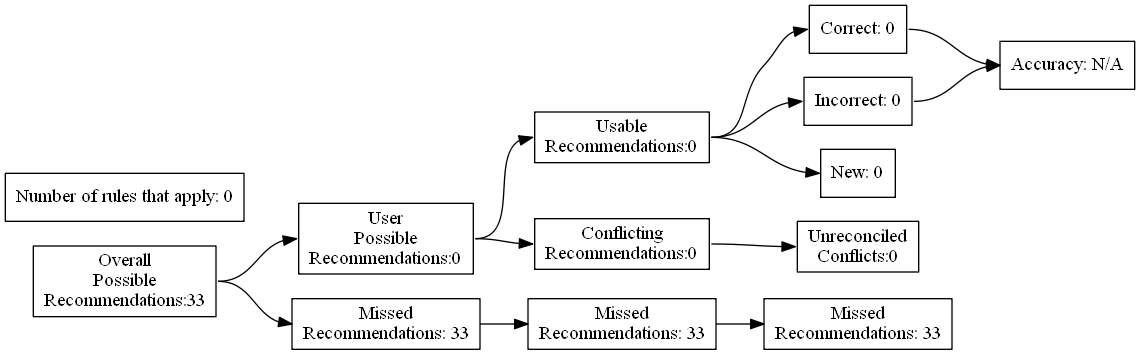
Above: test_renders/98.gv.png in ZaxR/ibd_diet_analysis (Graphviz), before the change. Its source is kept beside it as test_renders/98.gv.
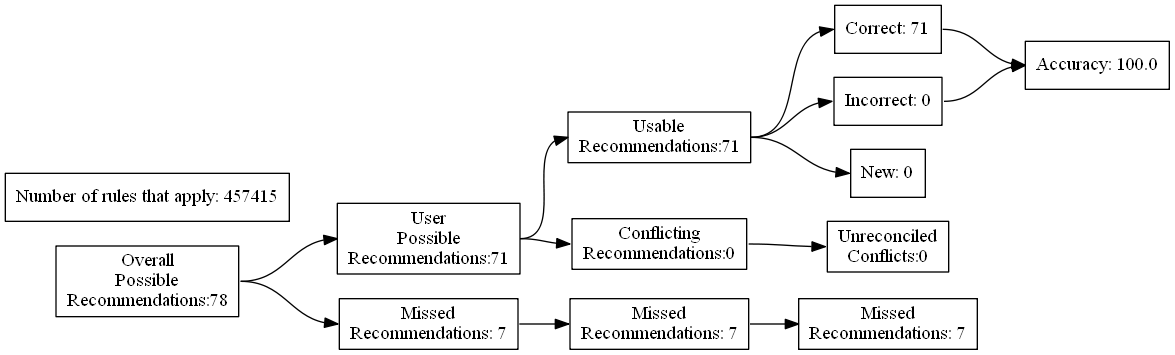
The same diagram one commit later.

Diff of the diagram source:
```diff
@@ -4,27 +4,27 @@
 	edge [headport=w tailport=e]
 		A [label="Overall
 Possible
-Recommendations:33"]
+Recommendations:78"]
 		B [label="User
 Possible
-Recommendations:0"]
+Recommendations:71"]
 		C [label="Missed
-Recommendations: 33"]
+Recommendations: 7"]
 		D [label="Usable
-Recommendations:0"]
+Recommendations:71"]
 		E [label="Conflicting
 Recommendations:0"]
 		J [label="Missed
-Recommendations: 33"]
+Recommendations: 7"]
 		M [label="Unreconciled
 Conflicts:0"]
-		F [label="Correct: 0"]
+		F [label="Correct: 71"]
 		G [label="Incorrect: 0"]
 		H [label="New: 0"]
 		K [label="Missed
-Recommendations: 33"]
-		I [label="Accuracy: N/A"]
-		l [label="Number of rules that apply: 0"]
+Recommendations: 7"]
+		I [label="Accuracy: 100.0"]
+		l [label="Number of rules that apply: 457415"]
 			A -> B
 			A -> C
 			B -> D
```
